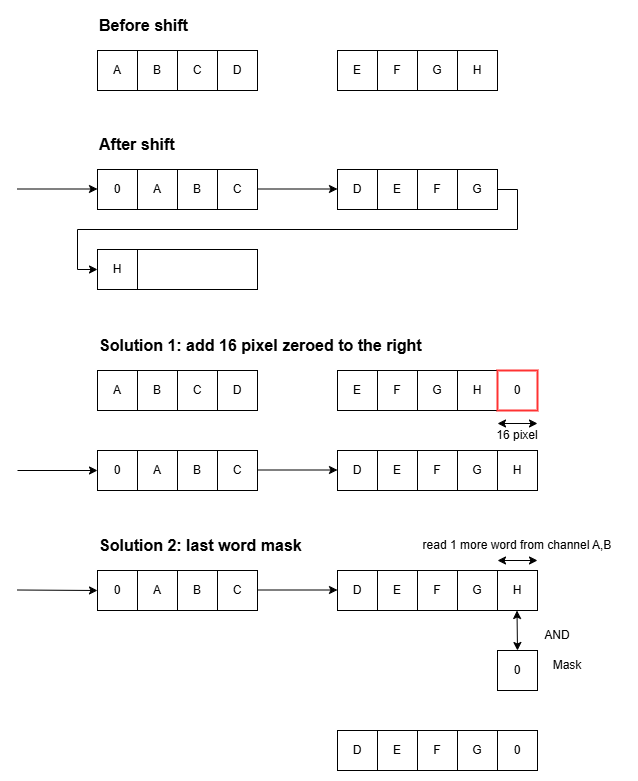
Earlier version of the draw.io export tutorials/images/blitter_shift.drawio.png (stefanocoppi/amiga_game_prog). Source tidied: cells renumbered, new cells last; positions are measured from the earlier drawing's top-left corner, leaving out a move shared by most shapes.
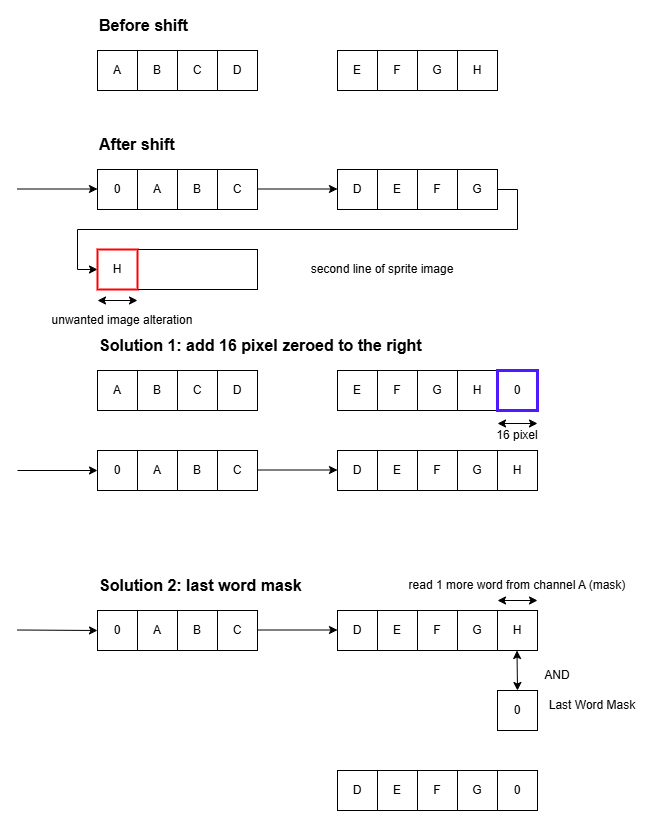
The same diagram one commit later.

Change to the diagram source:
```diff
@@ -80,7 +80,7 @@
     <mxCell id="25" style="rounded=0;whiteSpace=wrap;html=1;" parent="1" vertex="1">
       <mxGeometry x="80" y="239" width="160" height="40" as="geometry" />
     </mxCell>
-    <mxCell id="26" value="H" style="rounded=0;whiteSpace=wrap;html=1;" parent="1" vertex="1">
+    <mxCell id="26" value="H" style="rounded=0;whiteSpace=wrap;html=1;strokeWidth=2;strokeColor=#FF0000;" parent="1" vertex="1">
       <mxGeometry x="80" y="239" width="40" height="40" as="geometry" />
     </mxCell>
     <mxCell id="27" value="&lt;b&gt;&lt;font style=&quot;font-size: 16px;&quot;&gt;Before shift&lt;/font&gt;&lt;/b&gt;" style="text;html=1;align=left;verticalAlign=middle;whiteSpace=wrap;rounded=0;" parent="1" vertex="1">
@@ -90,84 +90,84 @@
       <mxGeometry x="80" y="119" width="110" height="30" as="geometry" />
     </mxCell>
     <mxCell id="29" style="rounded=0;whiteSpace=wrap;html=1;" parent="1" vertex="1">
-      <mxGeometry x="80" y="560" width="160" height="40" as="geometry" />
+      <mxGeometry x="80" y="600" width="160" height="40" as="geometry" />
     </mxCell>
     <mxCell id="30" style="rounded=0;whiteSpace=wrap;html=1;" parent="1" vertex="1">
-      <mxGeometry x="320" y="560" width="200" height="40" as="geometry" />
+      <mxGeometry x="320" y="600" width="200" height="40" as="geometry" />
     </mxCell>
     <mxCell id="31" style="endArrow=classic;html=1;rounded=0;entryX=0;entryY=0.5;entryDx=0;entryDy=0;" parent="1" edge="1" target="33">
       <mxGeometry relative="1" as="geometry">
-        <mxPoint y="579.5" as="sourcePoint" />
+        <mxPoint y="619.5" as="sourcePoint" />
       </mxGeometry>
     </mxCell>
     <mxCell id="32" style="endArrow=classic;html=1;rounded=0;" parent="1" edge="1">
       <mxGeometry relative="1" as="geometry">
-        <mxPoint x="240" y="579.5" as="sourcePoint" />
-        <mxPoint x="320" y="579.5" as="targetPoint" />
+        <mxPoint x="240" y="619.5" as="sourcePoint" />
+        <mxPoint x="320" y="619.5" as="targetPoint" />
       </mxGeometry>
     </mxCell>
     <mxCell id="33" value="0" style="rounded=0;whiteSpace=wrap;html=1;" parent="1" vertex="1">
-      <mxGeometry x="80" y="560" width="40" height="40" as="geometry" />
+      <mxGeometry x="80" y="600" width="40" height="40" as="geometry" />
     </mxCell>
     <mxCell id="34" value="A" style="rounded=0;whiteSpace=wrap;html=1;" parent="1" vertex="1">
-      <mxGeometry x="120" y="560" width="40" height="40" as="geometry" />
+      <mxGeometry x="120" y="600" width="40" height="40" as="geometry" />
     </mxCell>
     <mxCell id="35" value="B" style="rounded=0;whiteSpace=wrap;html=1;" parent="1" vertex="1">
-      <mxGeometry x="160" y="560" width="40" height="40" as="geometry" />
+      <mxGeometry x="160" y="600" width="40" height="40" as="geometry" />
     </mxCell>
     <mxCell id="36" value="C" style="rounded=0;whiteSpace=wrap;html=1;" parent="1" vertex="1">
-      <mxGeometry x="200" y="560" width="40" height="40" as="geometry" />
+      <mxGeometry x="200" y="600" width="40" height="40" as="geometry" />
     </mxCell>
     <mxCell id="37" value="D" style="rounded=0;whiteSpace=wrap;html=1;" parent="1" vertex="1">
-      <mxGeometry x="320" y="560" width="40" height="40" as="geometry" />
+      <mxGeometry x="320" y="600" width="40" height="40" as="geometry" />
     </mxCell>
     <mxCell id="38" value="E" style="rounded=0;whiteSpace=wrap;html=1;" parent="1" vertex="1">
-      <mxGeometry x="360" y="560" width="40" height="40" as="geometry" />
+      <mxGeometry x="360" y="600" width="40" height="40" as="geometry" />
     </mxCell>
     <mxCell id="39" value="F" style="rounded=0;whiteSpace=wrap;html=1;" parent="1" vertex="1">
-      <mxGeometry x="400" y="560" width="40" height="40" as="geometry" />
+      <mxGeometry x="400" y="600" width="40" height="40" as="geometry" />
     </mxCell>
     <mxCell id="40" value="G" style="rounded=0;whiteSpace=wrap;html=1;" parent="1" vertex="1">
-      <mxGeometry x="440" y="560" width="40" height="40" as="geometry" />
+      <mxGeometry x="440" y="600" width="40" height="40" as="geometry" />
     </mxCell>
     <mxCell id="41" value="H" style="rounded=0;whiteSpace=wrap;html=1;" parent="1" vertex="1">
-      <mxGeometry x="480" y="560" width="40" height="40" as="geometry" />
+      <mxGeometry x="480" y="600" width="40" height="40" as="geometry" />
     </mxCell>
     <mxCell id="42" value="&lt;b&gt;&lt;font style=&quot;font-size: 16px;&quot;&gt;Solution 2: last word mask&lt;/font&gt;&lt;/b&gt;" style="text;html=1;align=left;verticalAlign=middle;whiteSpace=wrap;rounded=0;" parent="1" vertex="1">
-      <mxGeometry x="80" y="520" width="220" height="30" as="geometry" />
+      <mxGeometry x="80" y="560" width="220" height="30" as="geometry" />
     </mxCell>
     <mxCell id="43" value="0" style="rounded=0;whiteSpace=wrap;html=1;" parent="1" vertex="1">
-      <mxGeometry x="480" y="640" width="40" height="40" as="geometry" />
+      <mxGeometry x="480" y="680" width="40" height="40" as="geometry" />
     </mxCell>
-    <mxCell id="44" value="Mask" style="text;html=1;align=center;verticalAlign=middle;whiteSpace=wrap;rounded=0;" parent="1" vertex="1">
-      <mxGeometry x="520" y="640" width="60" height="30" as="geometry" />
+    <mxCell id="44" value="Last Word Mask" style="text;html=1;align=center;verticalAlign=middle;whiteSpace=wrap;rounded=0;" parent="1" vertex="1">
+      <mxGeometry x="520" y="680" width="110" height="30" as="geometry" />
     </mxCell>
     <mxCell id="45" style="rounded=0;whiteSpace=wrap;html=1;" parent="1" vertex="1">
-      <mxGeometry x="320" y="720" width="200" height="40" as="geometry" />
+      <mxGeometry x="320" y="760" width="200" height="40" as="geometry" />
     </mxCell>
     <mxCell id="46" value="D" style="rounded=0;whiteSpace=wrap;html=1;" parent="1" vertex="1">
-      <mxGeometry x="320" y="720" width="40" height="40" as="geometry" />
+      <mxGeometry x="320" y="760" width="40" height="40" as="geometry" />
     </mxCell>
     <mxCell id="47" value="E" style="rounded=0;whiteSpace=wrap;html=1;" parent="1" vertex="1">
-      <mxGeometry x="360" y="720" width="40" height="40" as="geometry" />
+      <mxGeometry x="360" y="760" width="40" height="40" as="geometry" />
     </mxCell>
     <mxCell id="48" value="F" style="rounded=0;whiteSpace=wrap;html=1;" parent="1" vertex="1">
-      <mxGeometry x="400" y="720" width="40" height="40" as="geometry" />
+      <mxGeometry x="400" y="760" width="40" height="40" as="geometry" />
     </mxCell>
     <mxCell id="49" value="G" style="rounded=0;whiteSpace=wrap;html=1;" parent="1" vertex="1">
-      <mxGeometry x="440" y="720" width="40" height="40" as="geometry" />
+      <mxGeometry x="440" y="760" width="40" height="40" as="geometry" />
     </mxCell>
     <mxCell id="50" value="0" style="rounded=0;whiteSpace=wrap;html=1;" parent="1" vertex="1">
-      <mxGeometry x="480" y="720" width="40" height="40" as="geometry" />
+      <mxGeometry x="480" y="760" width="40" height="40" as="geometry" />
     </mxCell>
     <mxCell id="51" style="endArrow=classic;startArrow=classic;html=1;rounded=0;" parent="1" edge="1">
       <mxGeometry relative="1" as="geometry">
-        <mxPoint x="500" y="640" as="sourcePoint" />
-        <mxPoint x="499.5" y="600" as="targetPoint" />
+        <mxPoint x="500" y="680" as="sourcePoint" />
+        <mxPoint x="499.5" y="640" as="targetPoint" />
       </mxGeometry>
     </mxCell>
     <mxCell id="52" value="AND" style="text;html=1;align=center;verticalAlign=middle;whiteSpace=wrap;rounded=0;" parent="1" vertex="1">
-      <mxGeometry x="510" y="610" width="60" height="30" as="geometry" />
+      <mxGeometry x="510" y="650" width="60" height="30" as="geometry" />
     </mxCell>
     <mxCell id="53" style="rounded=0;whiteSpace=wrap;html=1;" parent="1" vertex="1">
       <mxGeometry x="320" y="440" width="200" height="40" as="geometry" />
@@ -244,7 +244,7 @@
     <mxCell id="75" value="0" style="rounded=0;whiteSpace=wrap;html=1;" parent="1" vertex="1">
       <mxGeometry x="480" y="360" width="40" height="40" as="geometry" />
     </mxCell>
-    <mxCell id="76" value="0" style="rounded=0;whiteSpace=wrap;html=1;strokeWidth=2;strokeColor=#FF3333;" parent="1" vertex="1">
+    <mxCell id="76" value="0" style="rounded=0;whiteSpace=wrap;html=1;strokeWidth=3;strokeColor=#4F19FF;" parent="1" vertex="1">
       <mxGeometry x="480" y="360" width="40" height="40" as="geometry" />
     </mxCell>
     <mxCell id="77" value="D" style="rounded=0;whiteSpace=wrap;html=1;" parent="1" vertex="1">
@@ -261,12 +261,24 @@
     </mxCell>
     <mxCell id="80" style="endArrow=classic;startArrow=classic;html=1;rounded=0;" parent="1" edge="1">
       <mxGeometry relative="1" as="geometry">
-        <mxPoint x="480" y="550" as="sourcePoint" />
-        <mxPoint x="520" y="550" as="targetPoint" />
+        <mxPoint x="480" y="590" as="sourcePoint" />
+        <mxPoint x="520" y="590" as="targetPoint" />
       </mxGeometry>
     </mxCell>
-    <mxCell id="81" value="read 1 more word from channel A,B" style="text;html=1;align=center;verticalAlign=middle;whiteSpace=wrap;rounded=0;" parent="1" vertex="1">
-      <mxGeometry x="390" y="520" width="220" height="30" as="geometry" />
+    <mxCell id="81" value="read 1 more word from channel A (mask)" style="text;html=1;align=center;verticalAlign=middle;whiteSpace=wrap;rounded=0;" parent="1" vertex="1">
+      <mxGeometry x="375" y="560" width="250" height="30" as="geometry" />
     </mxCell>
+    <mxCell id="82" style="endArrow=classic;startArrow=classic;html=1;rounded=0;" parent="1" edge="1">
+      <mxGeometry relative="1" as="geometry">
+        <mxPoint x="80" y="290" as="sourcePoint" />
+        <mxPoint x="120" y="290" as="targetPoint" />
+      </mxGeometry>
+    </mxCell>
+    <mxCell id="83" value="unwanted image alteration" style="text;html=1;align=center;verticalAlign=middle;whiteSpace=wrap;rounded=0;" parent="1" vertex="1">
+      <mxGeometry x="20" y="300" width="170" height="20" as="geometry" />
+    </mxCell>
+    <mxCell id="84" value="second line of sprite image" style="text;html=1;align=center;verticalAlign=middle;whiteSpace=wrap;rounded=0;" parent="1" vertex="1">
+      <mxGeometry x="280" y="244" width="170" height="30" as="geometry" />
+    </mxCell>
   </root>
 </mxGraphModel>
```
